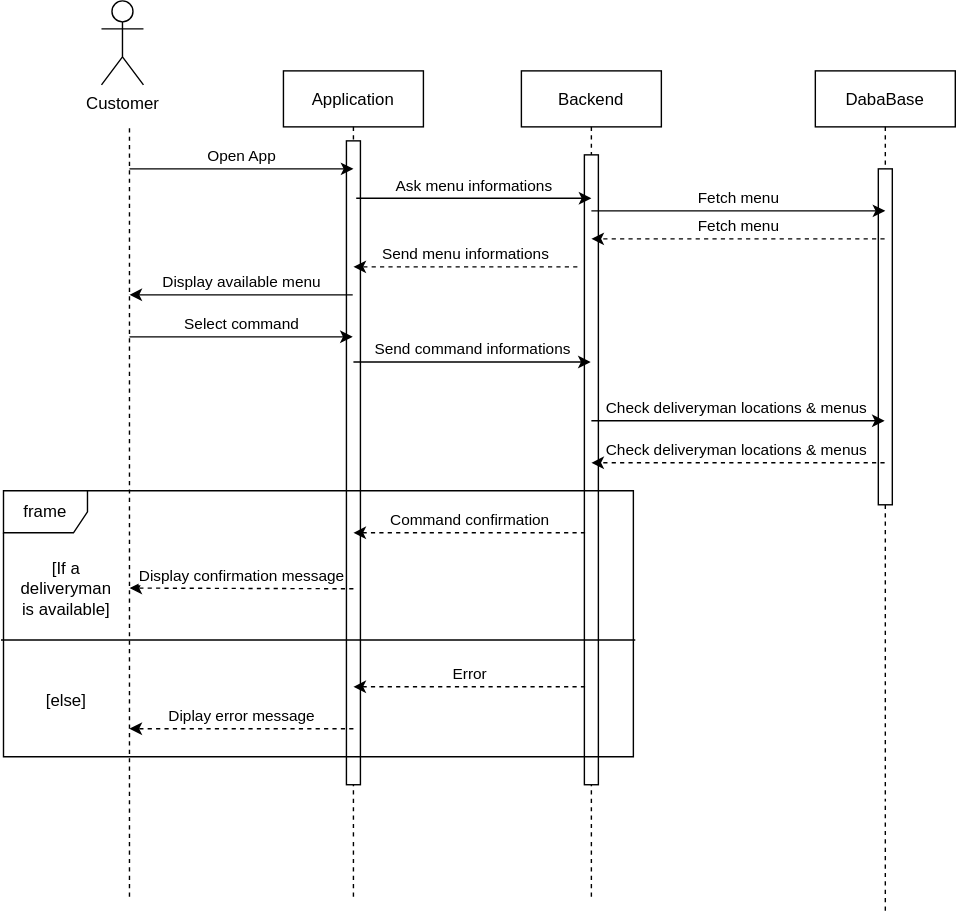
Above: sequence_diagrams/commande.drawio.svg in TheoBernard97/ExpressFood (draw.io), before the change. Source tidied: cells renumbered, new cells last; positions are measured from the earlier drawing's top-left corner, leaving out a move shared by most shapes.
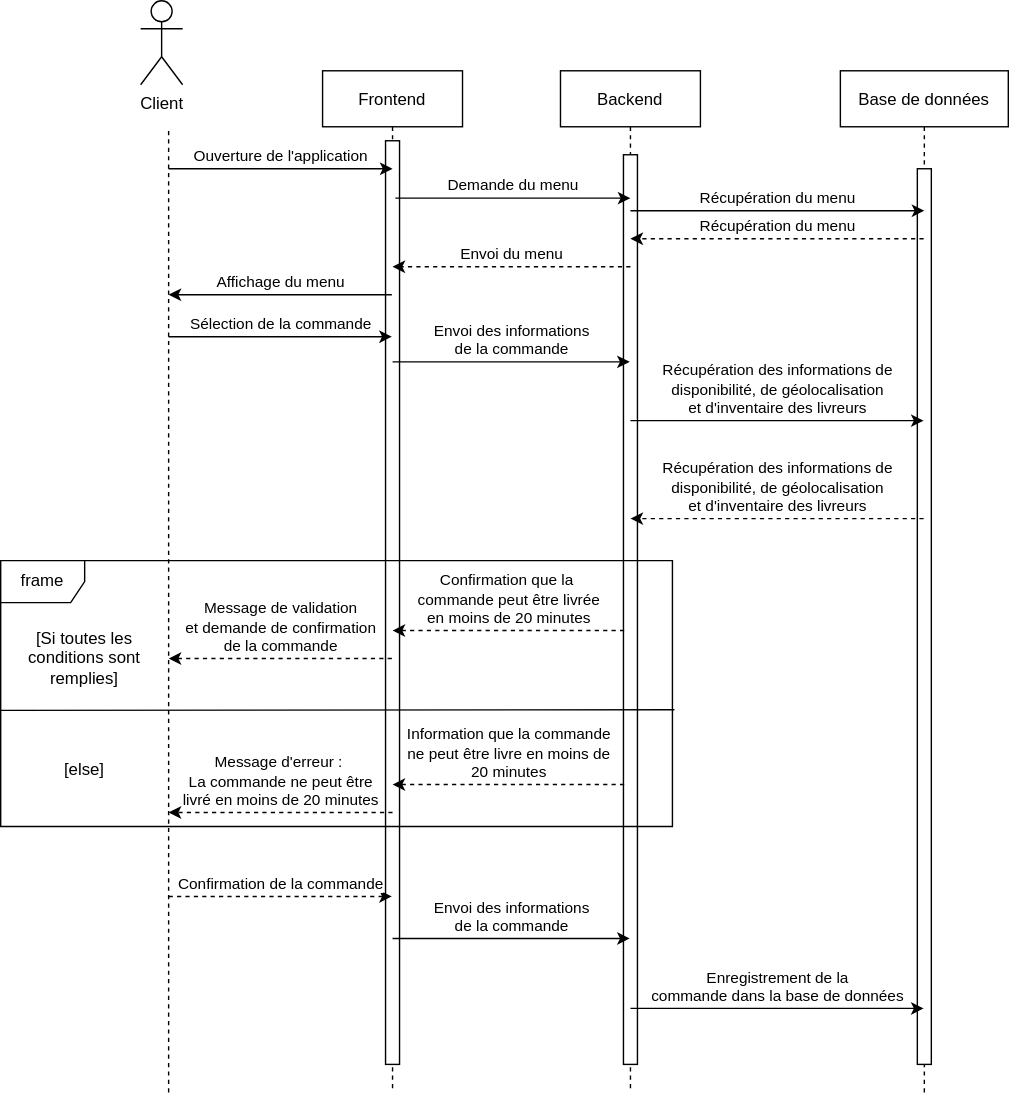
After the change.

Commit message:
Complete sequence command diagram

The edit, as a diff of the source:
```diff
@@ -2,46 +2,46 @@
   <root>
     <mxCell id="0" />
     <mxCell id="1" parent="0" />
-    <mxCell id="2" value="Application" style="shape=umlLifeline;perimeter=lifelinePerimeter;rounded=0;shadow=0;strokeWidth=1;" parent="1" vertex="1">
-      <mxGeometry x="200" y="50" width="100" height="550" as="geometry" />
+    <mxCell id="2" value="Frontend" style="shape=umlLifeline;perimeter=lifelinePerimeter;rounded=0;shadow=0;strokeWidth=1;" parent="1" vertex="1">
+      <mxGeometry x="200" y="50" width="100" height="730" as="geometry" />
     </mxCell>
     <mxCell id="3" style="rounded=0;whiteSpace=wrap;html=1;" parent="2" vertex="1">
-      <mxGeometry x="45" y="50" width="10" height="460" as="geometry" />
+      <mxGeometry x="45" y="50" width="10" height="660" as="geometry" />
     </mxCell>
     <mxCell id="4" value="Backend" style="shape=umlLifeline;perimeter=lifelinePerimeter;rounded=0;shadow=0;strokeWidth=1;" parent="1" vertex="1">
-      <mxGeometry x="370" y="50" width="100" height="550" as="geometry" />
+      <mxGeometry x="370" y="50" width="100" height="730" as="geometry" />
     </mxCell>
     <mxCell id="5" style="rounded=0;whiteSpace=wrap;html=1;" parent="4" vertex="1">
-      <mxGeometry x="45" y="60" width="10" height="450" as="geometry" />
+      <mxGeometry x="45" y="60" width="10" height="650" as="geometry" />
     </mxCell>
-    <mxCell id="6" value="Customer" style="shape=umlActor;verticalLabelPosition=bottom;verticalAlign=top;html=1;" parent="1" vertex="1">
+    <mxCell id="6" value="Client" style="shape=umlActor;verticalLabelPosition=bottom;verticalAlign=top;html=1;" parent="1" vertex="1">
       <mxGeometry x="70" width="30" height="60" as="geometry" />
     </mxCell>
     <mxCell id="7" style="endArrow=none;dashed=1;html=1;rounded=0;" parent="1" edge="1">
       <mxGeometry relative="1" as="geometry">
-        <mxPoint x="90" y="640" as="sourcePoint" />
+        <mxPoint x="90" y="780" as="sourcePoint" />
         <mxPoint x="90" y="90" as="targetPoint" />
       </mxGeometry>
     </mxCell>
-    <mxCell id="8" value="Open App" style="endArrow=classic;html=1;rounded=0;labelPosition=center;verticalLabelPosition=top;align=center;verticalAlign=bottom;" parent="1" edge="1">
+    <mxCell id="8" value="Ouverture de l'application" style="endArrow=classic;html=1;rounded=0;labelPosition=center;verticalLabelPosition=top;align=center;verticalAlign=bottom;" parent="1" edge="1">
       <mxGeometry relative="1" as="geometry">
         <mxPoint x="90" y="120" as="sourcePoint" />
         <mxPoint x="250" y="120" as="targetPoint" />
       </mxGeometry>
     </mxCell>
-    <mxCell id="9" value="Ask menu informations" style="endArrow=classic;html=1;rounded=0;labelPosition=center;verticalLabelPosition=top;align=center;verticalAlign=bottom;" parent="1" edge="1">
+    <mxCell id="9" value="Demande du menu" style="endArrow=classic;html=1;rounded=0;labelPosition=center;verticalLabelPosition=top;align=center;verticalAlign=bottom;" parent="1" edge="1">
       <mxGeometry relative="1" as="geometry">
         <mxPoint x="252" y="141" as="sourcePoint" />
         <mxPoint x="420" y="141" as="targetPoint" />
       </mxGeometry>
     </mxCell>
-    <mxCell id="10" value="Send menu informations" style="endArrow=classic;html=1;rounded=0;labelPosition=center;verticalLabelPosition=top;align=center;verticalAlign=bottom;strokeColor=default;dashed=1;" parent="1" edge="1">
+    <mxCell id="10" value="Envoi du menu" style="endArrow=classic;html=1;rounded=0;labelPosition=center;verticalLabelPosition=top;align=center;verticalAlign=bottom;strokeColor=default;dashed=1;" parent="1" edge="1">
       <mxGeometry relative="1" as="geometry">
-        <mxPoint x="410" y="190" as="sourcePoint" />
+        <mxPoint x="420" y="190" as="sourcePoint" />
         <mxPoint x="250" y="190" as="targetPoint" />
       </mxGeometry>
     </mxCell>
-    <mxCell id="11" value="Display available menu" style="endArrow=classic;html=1;rounded=0;labelPosition=center;verticalLabelPosition=top;align=center;verticalAlign=bottom;strokeColor=default;" parent="1" edge="1" source="2">
+    <mxCell id="11" value="Affichage du menu" style="endArrow=classic;html=1;rounded=0;labelPosition=center;verticalLabelPosition=top;align=center;verticalAlign=bottom;strokeColor=default;" parent="1" edge="1" source="2">
       <mxGeometry relative="1" as="geometry">
         <mxPoint x="90" y="210" as="targetPoint" />
         <Array as="points">
@@ -49,7 +49,7 @@
         </Array>
       </mxGeometry>
     </mxCell>
-    <mxCell id="12" value="Select command" style="endArrow=classic;html=1;rounded=0;labelPosition=center;verticalLabelPosition=top;align=center;verticalAlign=bottom;" parent="1" edge="1" target="2">
+    <mxCell id="12" value="Sélection de la commande" style="endArrow=classic;html=1;rounded=0;labelPosition=center;verticalLabelPosition=top;align=center;verticalAlign=bottom;" parent="1" edge="1" target="2">
       <mxGeometry relative="1" as="geometry">
         <mxPoint x="90" y="240" as="sourcePoint" />
         <Array as="points">
@@ -57,39 +57,32 @@
         </Array>
       </mxGeometry>
     </mxCell>
-    <mxCell id="13" style="endArrow=none;dashed=1;html=1;rounded=0;entryX=0.5;entryY=1;entryDx=0;entryDy=0;entryPerimeter=0;" parent="1" edge="1" target="2">
-      <mxGeometry relative="1" as="geometry">
-        <mxPoint x="250" y="640" as="sourcePoint" />
-      </mxGeometry>
-    </mxCell>
-    <mxCell id="14" style="endArrow=none;dashed=1;html=1;rounded=0;entryX=0.5;entryY=1;entryDx=0;entryDy=0;entryPerimeter=0;" parent="1" edge="1" target="4">
-      <mxGeometry relative="1" as="geometry">
-        <mxPoint x="420" y="640" as="sourcePoint" />
-      </mxGeometry>
-    </mxCell>
-    <mxCell id="15" value="DabaBase" style="shape=umlLifeline;perimeter=lifelinePerimeter;rounded=0;shadow=0;strokeWidth=1;" parent="1" vertex="1">
-      <mxGeometry x="580" y="50" width="100" height="520" as="geometry" />
+    <mxCell id="15" value="Base de données" style="shape=umlLifeline;perimeter=lifelinePerimeter;rounded=0;shadow=0;strokeWidth=1;" parent="1" vertex="1">
+      <mxGeometry x="570" y="50" width="120" height="710" as="geometry" />
     </mxCell>
     <mxCell id="16" style="rounded=0;whiteSpace=wrap;html=1;" parent="15" vertex="1">
-      <mxGeometry x="45" y="70" width="10" height="240" as="geometry" />
+      <mxGeometry x="55" y="70" width="10" height="640" as="geometry" />
     </mxCell>
-    <mxCell id="17" value="Fetch menu" style="endArrow=classic;html=1;rounded=0;labelPosition=center;verticalLabelPosition=top;align=center;verticalAlign=bottom;" parent="15" edge="1">
+    <mxCell id="17" value="Récupération du menu" style="endArrow=classic;html=1;rounded=0;labelPosition=center;verticalLabelPosition=top;align=center;verticalAlign=bottom;" parent="15" edge="1">
       <mxGeometry relative="1" as="geometry">
-        <mxPoint x="-160" y="100" as="sourcePoint" />
-        <mxPoint x="50" y="100" as="targetPoint" />
+        <mxPoint x="-150" y="100" as="sourcePoint" />
+        <mxPoint x="60" y="100" as="targetPoint" />
+        <Array as="points">
+          <mxPoint y="100" />
+        </Array>
       </mxGeometry>
     </mxCell>
     <mxCell id="18" style="endArrow=none;dashed=1;html=1;rounded=0;entryX=0.5;entryY=1;entryDx=0;entryDy=0;entryPerimeter=0;" parent="1" edge="1" target="15">
       <mxGeometry relative="1" as="geometry">
-        <mxPoint x="630" y="650" as="sourcePoint" />
+        <mxPoint x="630" y="780" as="sourcePoint" />
       </mxGeometry>
     </mxCell>
-    <mxCell id="19" value="Send command informations" style="endArrow=classic;html=1;rounded=0;labelPosition=center;verticalLabelPosition=top;align=center;verticalAlign=bottom;" parent="1" edge="1" target="4">
+    <mxCell id="19" value="Envoi des informations &lt;br&gt;de la commande" style="endArrow=classic;html=1;rounded=0;labelPosition=center;verticalLabelPosition=top;align=center;verticalAlign=bottom;" parent="1" edge="1" target="4">
       <mxGeometry relative="1" as="geometry">
         <mxPoint x="250" y="258" as="sourcePoint" />
       </mxGeometry>
     </mxCell>
-    <mxCell id="20" value="Check deliveryman locations &amp;amp; menus&amp;nbsp;" style="endArrow=classic;html=1;rounded=0;labelPosition=center;verticalLabelPosition=top;align=center;verticalAlign=bottom;" parent="1" edge="1" target="15">
+    <mxCell id="20" value="Récupération des informations de &lt;br&gt;disponibilité, de géolocalisation &lt;br&gt;et d'inventaire des livreurs" style="endArrow=classic;html=1;rounded=0;labelPosition=center;verticalLabelPosition=top;align=center;verticalAlign=bottom;" parent="1" edge="1" target="15">
       <mxGeometry relative="1" as="geometry">
         <mxPoint x="420" y="300" as="sourcePoint" />
         <Array as="points">
@@ -98,51 +91,76 @@
       </mxGeometry>
     </mxCell>
     <mxCell id="21" value="frame" style="shape=umlFrame;whiteSpace=wrap;html=1;" parent="1" vertex="1">
-      <mxGeometry y="350" width="450" height="190" as="geometry" />
+      <mxGeometry x="-30" y="400" width="480" height="190" as="geometry" />
     </mxCell>
-    <mxCell id="22" style="endArrow=none;html=1;rounded=0;strokeColor=default;entryX=-0.004;entryY=0.561;entryDx=0;entryDy=0;entryPerimeter=0;exitX=1.003;exitY=0.561;exitDx=0;exitDy=0;exitPerimeter=0;" parent="1" edge="1" source="21" target="21">
-      <mxGeometry relative="1" as="geometry" />
+    <mxCell id="22" style="endArrow=none;html=1;rounded=0;strokeColor=default;exitX=1.003;exitY=0.561;exitDx=0;exitDy=0;exitPerimeter=0;" parent="1" edge="1" source="21">
+      <mxGeometry relative="1" as="geometry">
+        <mxPoint x="-30" y="507" as="targetPoint" />
+      </mxGeometry>
     </mxCell>
-    <mxCell id="23" value="Fetch menu" style="endArrow=classic;html=1;rounded=0;labelPosition=center;verticalLabelPosition=top;align=center;verticalAlign=bottom;dashed=1;" parent="1" edge="1" source="15">
+    <mxCell id="23" value="Récupération du menu" style="endArrow=classic;html=1;rounded=0;labelPosition=center;verticalLabelPosition=top;align=center;verticalAlign=bottom;dashed=1;" parent="1" edge="1" source="15">
       <mxGeometry relative="1" as="geometry">
         <mxPoint x="420" y="170" as="targetPoint" />
       </mxGeometry>
     </mxCell>
-    <mxCell id="24" value="[If a deliveryman is available]" style="text;html=1;strokeColor=none;fillColor=none;align=center;verticalAlign=middle;whiteSpace=wrap;rounded=0;" parent="1" vertex="1">
-      <mxGeometry x="10" y="390" width="70" height="60" as="geometry" />
+    <mxCell id="24" value="[Si toutes les conditions sont remplies]" style="text;html=1;strokeColor=none;fillColor=none;align=center;verticalAlign=middle;whiteSpace=wrap;rounded=0;" parent="1" vertex="1">
+      <mxGeometry x="-20" y="440" width="100" height="60" as="geometry" />
     </mxCell>
     <mxCell id="25" value="[else]" style="text;html=1;strokeColor=none;fillColor=none;align=center;verticalAlign=middle;whiteSpace=wrap;rounded=0;" parent="1" vertex="1">
-      <mxGeometry x="10" y="470" width="70" height="60" as="geometry" />
+      <mxGeometry x="-20" y="520" width="100" height="60" as="geometry" />
     </mxCell>
-    <mxCell id="26" value="Check deliveryman locations &amp;amp; menus&amp;nbsp;" style="endArrow=classic;html=1;rounded=0;labelPosition=center;verticalLabelPosition=top;align=center;verticalAlign=bottom;dashed=1;" parent="1" edge="1">
-      <mxGeometry relative="1" as="geometry">
-        <mxPoint x="629.5" y="330" as="sourcePoint" />
-        <mxPoint x="420" y="330" as="targetPoint" />
-      </mxGeometry>
-    </mxCell>
-    <mxCell id="27" value="Command confirmation" style="endArrow=classic;html=1;rounded=0;labelPosition=center;verticalLabelPosition=top;align=center;verticalAlign=bottom;entryX=0.54;entryY=0.427;entryDx=0;entryDy=0;entryPerimeter=0;strokeColor=default;dashed=1;" parent="1" edge="1">
+    <mxCell id="27" value="Confirmation que la&amp;nbsp;&lt;br&gt;commande peut être livrée&lt;br&gt;en moins de 20 minutes" style="endArrow=classic;html=1;rounded=0;labelPosition=center;verticalLabelPosition=top;align=center;verticalAlign=bottom;entryX=0.54;entryY=0.427;entryDx=0;entryDy=0;entryPerimeter=0;strokeColor=default;dashed=1;" parent="1" edge="1">
       <mxGeometry relative="1" as="geometry">
-        <mxPoint x="415.5" y="380" as="sourcePoint" />
-        <mxPoint x="250" y="380" as="targetPoint" />
+        <mxPoint x="415.5" y="450" as="sourcePoint" />
+        <mxPoint x="250" y="450" as="targetPoint" />
       </mxGeometry>
     </mxCell>
-    <mxCell id="28" value="Error" style="endArrow=classic;html=1;rounded=0;labelPosition=center;verticalLabelPosition=top;align=center;verticalAlign=bottom;entryX=0.54;entryY=0.427;entryDx=0;entryDy=0;entryPerimeter=0;strokeColor=default;dashed=1;" parent="1" edge="1">
+    <mxCell id="28" value="Information que la commande&lt;br&gt;ne peut être livre en moins de&lt;br&gt;20 minutes" style="endArrow=classic;html=1;rounded=0;labelPosition=center;verticalLabelPosition=top;align=center;verticalAlign=bottom;entryX=0.54;entryY=0.427;entryDx=0;entryDy=0;entryPerimeter=0;strokeColor=default;dashed=1;" parent="1" edge="1">
       <mxGeometry relative="1" as="geometry">
-        <mxPoint x="415.5" y="490" as="sourcePoint" />
-        <mxPoint x="250" y="490" as="targetPoint" />
+        <mxPoint x="415.5" y="560" as="sourcePoint" />
+        <mxPoint x="250" y="560" as="targetPoint" />
       </mxGeometry>
     </mxCell>
-    <mxCell id="29" value="Diplay error message" style="endArrow=classic;html=1;rounded=0;labelPosition=center;verticalLabelPosition=top;align=center;verticalAlign=bottom;entryX=0.54;entryY=0.427;entryDx=0;entryDy=0;entryPerimeter=0;strokeColor=default;dashed=1;" parent="1" edge="1">
+    <mxCell id="29" value="Message d'erreur :&amp;nbsp;&lt;br&gt;La commande ne peut être&lt;br&gt;livré en moins de 20 minutes" style="endArrow=classic;html=1;rounded=0;labelPosition=center;verticalLabelPosition=top;align=center;verticalAlign=bottom;entryX=0.54;entryY=0.427;entryDx=0;entryDy=0;entryPerimeter=0;strokeColor=default;dashed=1;" parent="1" edge="1">
       <mxGeometry relative="1" as="geometry">
-        <mxPoint x="250" y="520" as="sourcePoint" />
-        <mxPoint x="90" y="520" as="targetPoint" />
+        <mxPoint x="250" y="580" as="sourcePoint" />
+        <mxPoint x="90" y="580" as="targetPoint" />
       </mxGeometry>
     </mxCell>
-    <mxCell id="30" value="Display confirmation message" style="endArrow=classic;html=1;rounded=0;labelPosition=center;verticalLabelPosition=top;align=center;verticalAlign=bottom;entryX=0.54;entryY=0.427;entryDx=0;entryDy=0;entryPerimeter=0;strokeColor=default;dashed=1;" parent="1" edge="1">
-      <mxGeometry relative="1" as="geometry">
-        <mxPoint x="250" y="420" as="sourcePoint" />
-        <mxPoint x="90" y="419.5" as="targetPoint" />
-      </mxGeometry>
-    </mxCell>
+    <mxCell id="26" value="Récupération des informations de&lt;br&gt;disponibilité, de géolocalisation&lt;br&gt;et d'inventaire des livreurs" style="endArrow=classic;html=1;rounded=0;labelPosition=center;verticalLabelPosition=top;align=center;verticalAlign=bottom;dashed=1;" parent="1" edge="1">
+      <mxGeometry relative="1" as="geometry">
+        <mxPoint x="629.5" y="370" as="sourcePoint" />
+        <mxPoint x="420" y="370" as="targetPoint" />
+      </mxGeometry>
+    </mxCell>
+    <mxCell id="31" value="Message de validation&lt;br&gt;et demande de confirmation&lt;br&gt;de la commande" style="endArrow=classic;html=1;rounded=0;labelPosition=center;verticalLabelPosition=top;align=center;verticalAlign=bottom;strokeColor=default;dashed=1;" parent="1" edge="1">
+      <mxGeometry relative="1" as="geometry">
+        <mxPoint x="249.5" y="470" as="sourcePoint" />
+        <mxPoint x="90" y="470" as="targetPoint" />
+        <Array as="points">
+          <mxPoint x="180" y="470" />
+        </Array>
+      </mxGeometry>
+    </mxCell>
+    <mxCell id="32" value="Confirmation de la commande" style="endArrow=classic;html=1;rounded=0;labelPosition=center;verticalLabelPosition=top;align=center;verticalAlign=bottom;dashed=1;" parent="1" edge="1">
+      <mxGeometry relative="1" as="geometry">
+        <mxPoint x="90" y="640" as="sourcePoint" />
+        <mxPoint x="249.5" y="640" as="targetPoint" />
+        <Array as="points">
+          <mxPoint x="150" y="640" />
+        </Array>
+      </mxGeometry>
+    </mxCell>
+    <mxCell id="33" value="Envoi des informations &lt;br&gt;de la commande" style="endArrow=classic;html=1;rounded=0;labelPosition=center;verticalLabelPosition=top;align=center;verticalAlign=bottom;" parent="1" edge="1">
+      <mxGeometry relative="1" as="geometry">
+        <mxPoint x="250" y="670" as="sourcePoint" />
+        <mxPoint x="419.5" y="670" as="targetPoint" />
+      </mxGeometry>
+    </mxCell>
+    <mxCell id="34" value="Enregistrement de la &lt;br&gt;commande dans la base de données" style="endArrow=classic;html=1;rounded=0;labelPosition=center;verticalLabelPosition=top;align=center;verticalAlign=bottom;" parent="1" edge="1" target="15">
+      <mxGeometry relative="1" as="geometry">
+        <mxPoint x="420" y="720" as="sourcePoint" />
+      </mxGeometry>
+    </mxCell>
   </root>
 </mxGraphModel>
```
